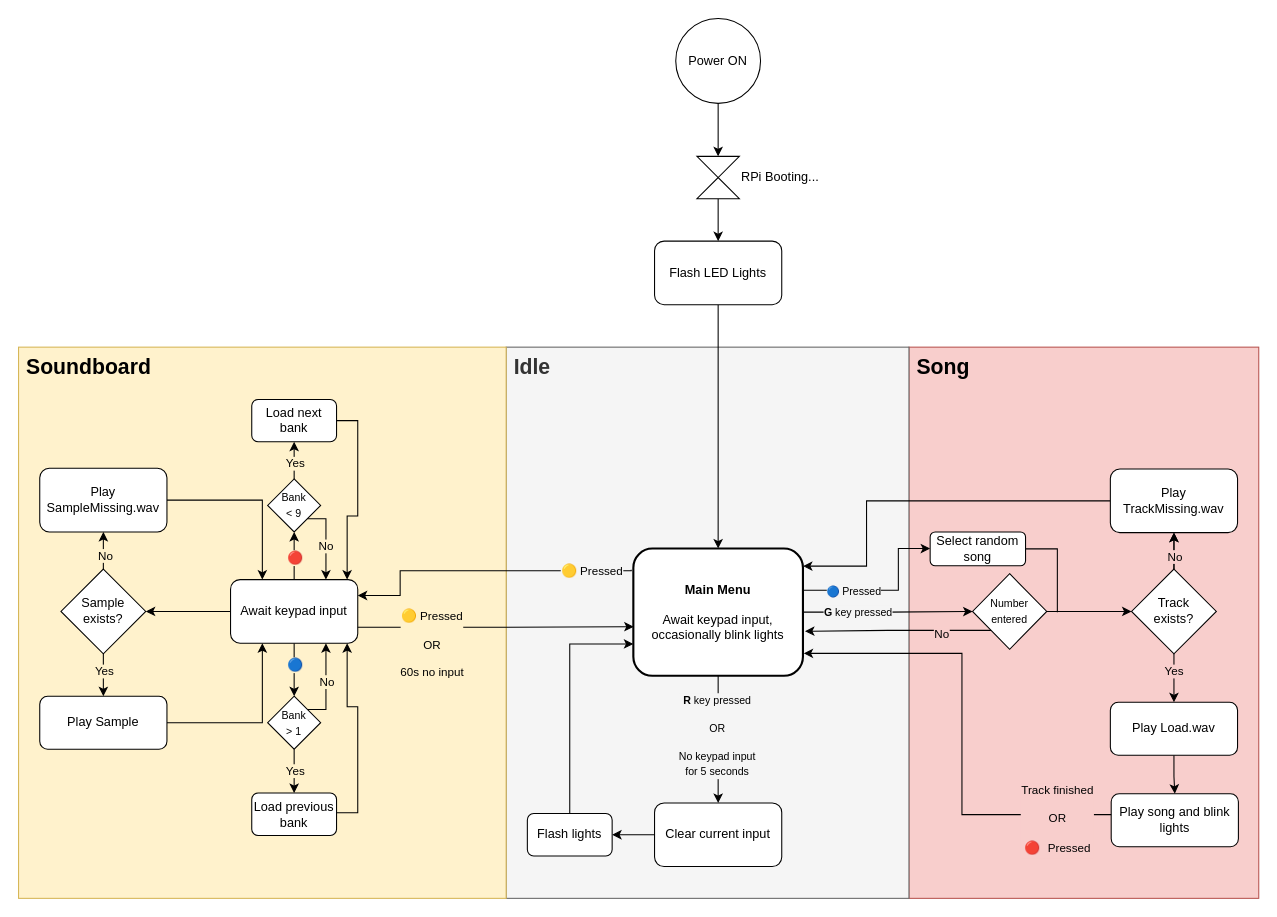
Earlier version of the draw.io diagram Docs/Diag.drawio (TuDo-Makerspace/Jukebox). Source tidied: cells renumbered, new cells numbered last; positions are measured from the earlier drawing's top-left corner, leaving out a move shared by most shapes. Both pictures are drawn from the tidied source at 106%, with x=0, y=0 at pixel (18, 18).
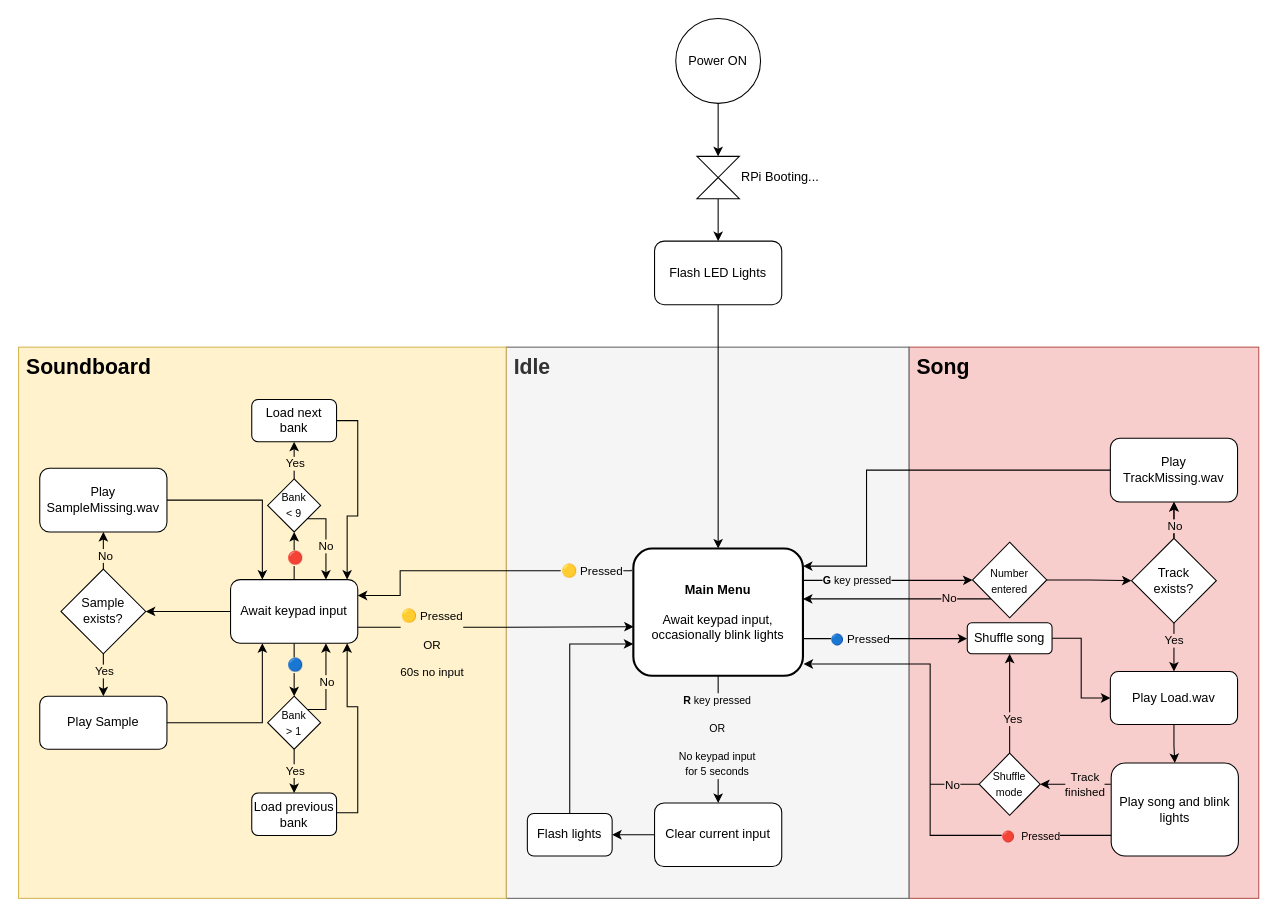
After the change.

Commit message (it also covers changes not shown here):
Docs: Document new shuffle feature

Unchanged cells that the change refers to:
```xml
<mxCell id="15" value="&lt;b&gt;Main Menu&lt;br&gt;&lt;/b&gt;&lt;br&gt;Await keypad input,&lt;div&gt;occasionally blink lights&lt;/div&gt;" style="rounded=1;whiteSpace=wrap;html=1;strokeWidth=2;" parent="1" vertex="1">
  <mxGeometry x="580" y="500" width="160" height="120" as="geometry" />
</mxCell>
```

Change to the diagram source:
```diff
@@
-    <mxCell id="11" style="edgeStyle=orthogonalEdgeStyle;rounded=0;jettySize=auto;html=1;" parent="1" edge="1" target="70">
-      <mxGeometry relative="1" as="geometry">
-        <mxPoint x="740" y="539.3" as="sourcePoint" />
-        <Array as="points">
-          <mxPoint x="830" y="539" />
-          <mxPoint x="830" y="500" />
-        </Array>
-      </mxGeometry>
-    </mxCell>
-    <mxCell id="12" value="&lt;font style=&quot;font-size: 10px;&quot;&gt;&lt;strong style=&quot;forced-color-adjust: none; font-style: normal; font-variant-ligatures: normal; font-variant-caps: normal; letter-spacing: normal; orphans: 2; text-indent: 0px; text-transform: none; widows: 2; word-spacing: 0px; -webkit-text-stroke-width: 0px; white-space: normal; text-decoration-thickness: initial; text-decoration-style: initial; text-decoration-color: initial; color: rgb(59, 59, 59); font-family: -apple-system, BlinkMacSystemFont, &amp;quot;Segoe WPC&amp;quot;, &amp;quot;Segoe UI&amp;quot;, system-ui, Ubuntu, &amp;quot;Droid Sans&amp;quot;, sans-serif; text-align: start;&quot;&gt;&lt;font style=&quot;forced-color-adjust: none;&quot;&gt;&lt;strong style=&quot;&quot;&gt;🔵&lt;/strong&gt;&amp;nbsp;&lt;/font&gt;&lt;/strong&gt;&lt;span style=&quot;color: rgb(0, 0, 0); font-family: Helvetica; font-style: normal; font-variant-ligatures: normal; font-variant-caps: normal; font-weight: 400; letter-spacing: normal; orphans: 2; text-align: center; text-indent: 0px; text-transform: none; widows: 2; word-spacing: 0px; -webkit-text-stroke-width: 0px; white-space: nowrap; text-decoration-thickness: initial; text-decoration-style: initial; text-decoration-color: initial; float: none; display: inline !important;&quot;&gt;Pressed&lt;/span&gt;&lt;/font&gt;" style="edgeLabel;html=1;align=center;verticalAlign=middle;labelBackgroundColor=#F5F5F5;" parent="11" vertex="1">
-      <mxGeometry x="0.09" y="1" relative="1" as="geometry">
-        <mxPoint x="-40" y="1" as="offset" />
-      </mxGeometry>
-    </mxCell>
-    <mxCell id="13" style="edgeStyle=orthogonalEdgeStyle;rounded=0;jettySize=auto;html=1;" parent="1" edge="1" source="15" target="74">
-      <mxGeometry relative="1" as="geometry" />
+    <mxCell id="13" style="edgeStyle=orthogonalEdgeStyle;rounded=0;jettySize=auto;html=1;exitX=1;exitY=0.25;exitDx=0;exitDy=0;entryX=0;entryY=0.5;entryDx=0;entryDy=0;" parent="1" edge="1" source="15" target="74">
+      <mxGeometry relative="1" as="geometry">
+        <Array as="points">
+          <mxPoint x="890" y="530" />
+        </Array>
+      </mxGeometry>
     </mxCell>
@@
+    <mxCell id="75" style="edgeStyle=orthogonalEdgeStyle;rounded=0;jettySize=auto;html=1;" parent="1" edge="1" source="15" target="79">
+      <mxGeometry relative="1" as="geometry">
+        <Array as="points">
+          <mxPoint x="780" y="585" />
+          <mxPoint x="780" y="585" />
+        </Array>
+      </mxGeometry>
+    </mxCell>
+    <mxCell id="12" value="&lt;strong style=&quot;text-wrap-mode: wrap; color: rgb(59, 59, 59); font-family: -apple-system, BlinkMacSystemFont, &amp;quot;Segoe WPC&amp;quot;, &amp;quot;Segoe UI&amp;quot;, system-ui, Ubuntu, &amp;quot;Droid Sans&amp;quot;, sans-serif; text-align: start;&quot;&gt;&lt;font style=&quot;font-size: 10px;&quot;&gt;🔵&lt;/font&gt;&lt;/strong&gt;&amp;nbsp;Pressed" style="edgeLabel;html=1;align=center;verticalAlign=middle;labelBackgroundColor=#F5F5F5;" parent="75" vertex="1">
+      <mxGeometry x="-0.31" relative="1" as="geometry" />
+    </mxCell>
@@
     <mxCell id="27" style="edgeStyle=orthogonalEdgeStyle;rounded=0;jettySize=auto;html=1;" parent="1" edge="1" source="29" target="31">
       <mxGeometry relative="1" as="geometry">
         <Array as="points">
-          <mxPoint x="1090" y="515" />
-          <mxPoint x="1090" y="515" />
+          <mxPoint x="1090" y="486" />
+          <mxPoint x="1090" y="486" />
         </Array>
       </mxGeometry>
     </mxCell>
@@
     <mxCell id="29" value="Track&lt;br&gt;exists?" style="rhombus;whiteSpace=wrap;html=1;" parent="1" vertex="1">
-      <mxGeometry x="1050" y="519.3" width="80" height="80" as="geometry" />
+      <mxGeometry x="1050" y="490.3" width="80" height="80" as="geometry" />
     </mxCell>
     <mxCell id="30" style="edgeStyle=orthogonalEdgeStyle;rounded=0;jettySize=auto;html=1;exitX=0;exitY=0.5;exitDx=0;exitDy=0;entryX=1;entryY=0.138;entryDx=0;entryDy=0;entryPerimeter=0;" parent="1" edge="1" source="31" target="15">
       <mxGeometry relative="1" as="geometry">
         <Array as="points">
-          <mxPoint x="800" y="455" />
+          <mxPoint x="800" y="426" />
           <mxPoint x="800" y="517" />
         </Array>
       </mxGeometry>
     </mxCell>
     <mxCell id="31" value="Play TrackMissing.wav" style="rounded=1;whiteSpace=wrap;html=1;" parent="1" vertex="1">
-      <mxGeometry x="1030" y="425" width="120" height="60" as="geometry" />
+      <mxGeometry x="1030" y="396" width="120" height="60" as="geometry" />
     </mxCell>
@@
     <mxCell id="33" value="Play Load.wav" style="rounded=1;whiteSpace=wrap;html=1;" parent="1" vertex="1">
-      <mxGeometry x="1030" y="645" width="120" height="50" as="geometry" />
+      <mxGeometry x="1030" y="616" width="120" height="50" as="geometry" />
     </mxCell>
+    <mxCell id="76" style="edgeStyle=orthogonalEdgeStyle;rounded=0;jettySize=auto;html=1;exitX=-0.003;exitY=0.229;exitDx=0;exitDy=0;exitPerimeter=0;" parent="1" edge="1" source="34" target="84">
+      <mxGeometry relative="1" as="geometry" />
+    </mxCell>
+    <mxCell id="77" value="Track &lt;br&gt;finished" style="edgeLabel;html=1;align=center;verticalAlign=middle;labelBackgroundColor=#F8CECC;" parent="76" vertex="1">
+      <mxGeometry x="-0.1" relative="1" as="geometry">
+        <mxPoint x="5" as="offset" />
+      </mxGeometry>
+    </mxCell>
     <mxCell id="34" value="Play song and blink lights" style="rounded=1;whiteSpace=wrap;html=1;" parent="1" vertex="1">
-      <mxGeometry x="1030.8" y="731.3" width="120" height="50" as="geometry" />
+      <mxGeometry x="1030.8" y="702.3" width="120" height="87.7" as="geometry" />
     </mxCell>
-    <mxCell id="35" style="edgeStyle=orthogonalEdgeStyle;rounded=0;jettySize=auto;html=1;entryX=1.004;entryY=0.824;entryDx=0;entryDy=0;entryPerimeter=0;" parent="1" edge="1" source="34" target="15">
+    <mxCell id="35" style="edgeStyle=orthogonalEdgeStyle;rounded=0;orthogonalLoop=1;jettySize=auto;html=1;entryX=1.004;entryY=0.824;entryDx=0;entryDy=0;entryPerimeter=0;exitX=0;exitY=0.75;exitDx=0;exitDy=0;" parent="1" edge="1">
       <mxGeometry relative="1" as="geometry">
+        <mxPoint x="1030.8" y="770.6" as="sourcePoint" />
+        <mxPoint x="740.6" y="608.9" as="targetPoint" />
         <Array as="points">
-          <mxPoint x="890" y="751" />
-          <mxPoint x="890" y="599" />
+          <mxPoint x="860" y="771" />
+          <mxPoint x="860" y="609" />
         </Array>
       </mxGeometry>
     </mxCell>
-    <mxCell id="36" value="Track finished&lt;br&gt;&lt;br&gt;OR&lt;br&gt;&lt;br&gt;&lt;div style=&quot;color: rgb(59, 59, 59); font-family: &amp;quot;Droid Sans Mono&amp;quot;, &amp;quot;monospace&amp;quot;, monospace; line-height: 19px; white-space-collapse: preserve;&quot;&gt;&lt;span style=&quot;color: rgb(0, 0, 128); font-weight: bold;&quot;&gt;&lt;font style=&quot;font-size: 12px;&quot;&gt;🔴 &lt;/font&gt;&lt;/span&gt;&lt;span style=&quot;font-size: 11px; color: light-dark(rgb(0, 0, 0), rgb(255, 255, 255)); font-family: Helvetica; white-space-collapse: collapse;&quot;&gt;Pressed&lt;/span&gt;&lt;/div&gt;" style="edgeLabel;html=1;align=center;verticalAlign=middle;labelBackgroundColor=#F8CECC;" parent="35" vertex="1">
+    <mxCell id="36" value="&lt;div style=&quot;color: rgb(59, 59, 59); font-family: &amp;quot;Droid Sans Mono&amp;quot;, &amp;quot;monospace&amp;quot;, monospace; line-height: 19px; white-space-collapse: preserve;&quot;&gt;&lt;font style=&quot;font-size: 10px;&quot;&gt;&lt;span style=&quot;color: rgb(0, 0, 128); font-weight: bold;&quot;&gt;&lt;font style=&quot;&quot;&gt;🔴 &lt;/font&gt;&lt;/span&gt;&lt;span style=&quot;color: light-dark(rgb(0, 0, 0), rgb(255, 255, 255)); font-family: Helvetica; white-space-collapse: collapse;&quot;&gt;Pressed&lt;/span&gt;&lt;/font&gt;&lt;/div&gt;" style="edgeLabel;html=1;align=center;verticalAlign=middle;labelBackgroundColor=#F8CECC;" parent="35" vertex="1">
       <mxGeometry x="-0.54" y="1" relative="1" as="geometry">
-        <mxPoint x="51" y="4" as="offset" />
+        <mxPoint x="28" y="-1" as="offset" />
       </mxGeometry>
     </mxCell>
@@
-    <mxCell id="69" style="edgeStyle=orthogonalEdgeStyle;rounded=0;jettySize=auto;html=1;endArrow=none;startFill=0;exitX=1;exitY=0.5;exitDx=0;exitDy=0;" parent="1" edge="1" source="70">
-      <mxGeometry relative="1" as="geometry">
-        <mxPoint x="980" y="560" as="targetPoint" />
-        <Array as="points">
-          <mxPoint x="980" y="500" />
-        </Array>
-      </mxGeometry>
-    </mxCell>
-    <mxCell id="70" value="Select random song" style="rounded=1;whiteSpace=wrap;html=1;" parent="1" vertex="1">
-      <mxGeometry x="860" y="484.3" width="90" height="32" as="geometry" />
-    </mxCell>
-    <mxCell id="71" style="edgeStyle=orthogonalEdgeStyle;rounded=0;jettySize=auto;html=1;exitX=0;exitY=1;exitDx=0;exitDy=0;entryX=1.012;entryY=0.65;entryDx=0;entryDy=0;entryPerimeter=0;" parent="1" edge="1" source="74" target="15">
-      <mxGeometry relative="1" as="geometry" />
+    <mxCell id="71" style="edgeStyle=orthogonalEdgeStyle;rounded=0;jettySize=auto;html=1;exitX=0;exitY=1;exitDx=0;exitDy=0;" parent="1" edge="1" source="74" target="15">
+      <mxGeometry relative="1" as="geometry">
+        <Array as="points">
+          <mxPoint x="780" y="548" />
+          <mxPoint x="780" y="548" />
+        </Array>
+      </mxGeometry>
     </mxCell>
     <mxCell id="72" value="No" style="edgeLabel;html=1;align=center;verticalAlign=middle;labelBackgroundColor=light-dark(#F8CECC,#EDEDED);" parent="71" vertex="1">
       <mxGeometry x="0.06" y="1" relative="1" as="geometry">
-        <mxPoint x="46" y="2" as="offset" />
+        <mxPoint x="54" y="-2" as="offset" />
       </mxGeometry>
     </mxCell>
@@
     <mxCell id="74" value="&lt;font size=&quot;1&quot;&gt;Number entered&lt;/font&gt;" style="rhombus;whiteSpace=wrap;html=1;" parent="1" vertex="1">
-      <mxGeometry x="900" y="523.7" width="70" height="71.3" as="geometry" />
+      <mxGeometry x="900" y="494" width="70" height="71.3" as="geometry" />
     </mxCell>
+    <mxCell id="78" style="edgeStyle=orthogonalEdgeStyle;rounded=0;jettySize=auto;html=1;entryX=0;entryY=0.5;entryDx=0;entryDy=0;" parent="1" edge="1" source="79" target="33">
+      <mxGeometry relative="1" as="geometry" />
+    </mxCell>
+    <mxCell id="79" value="Shuffle song" style="rounded=1;whiteSpace=wrap;html=1;" parent="1" vertex="1">
+      <mxGeometry x="895" y="570" width="80" height="29.3" as="geometry" />
+    </mxCell>
+    <mxCell id="80" style="edgeStyle=orthogonalEdgeStyle;rounded=0;jettySize=auto;html=1;" parent="1" edge="1" source="84" target="79">
+      <mxGeometry relative="1" as="geometry" />
+    </mxCell>
+    <mxCell id="81" value="&lt;span style=&quot;&quot;&gt;Yes&lt;/span&gt;" style="edgeLabel;html=1;align=center;verticalAlign=middle;labelBackgroundColor=#F8CECC;" parent="80" vertex="1">
+      <mxGeometry x="-0.3" y="-2" relative="1" as="geometry" />
+    </mxCell>
+    <mxCell id="82" style="edgeStyle=orthogonalEdgeStyle;rounded=0;jettySize=auto;html=1;endArrow=none;startFill=0;" parent="1" edge="1" source="84">
+      <mxGeometry relative="1" as="geometry">
+        <mxPoint x="860" y="722.3" as="targetPoint" />
+      </mxGeometry>
+    </mxCell>
+    <mxCell id="83" value="No" style="edgeLabel;html=1;align=center;verticalAlign=middle;labelBackgroundColor=#F8CECC;" parent="82" vertex="1">
+      <mxGeometry x="-0.22" y="-1" relative="1" as="geometry">
+        <mxPoint x="-8" y="1" as="offset" />
+      </mxGeometry>
+    </mxCell>
+    <mxCell id="84" value="&lt;font size=&quot;1&quot;&gt;Shuffle&lt;br&gt;mode&lt;/font&gt;" style="rhombus;whiteSpace=wrap;html=1;" parent="1" vertex="1">
+      <mxGeometry x="906.2" y="693" width="57.6" height="58.7" as="geometry" />
+    </mxCell>
```
